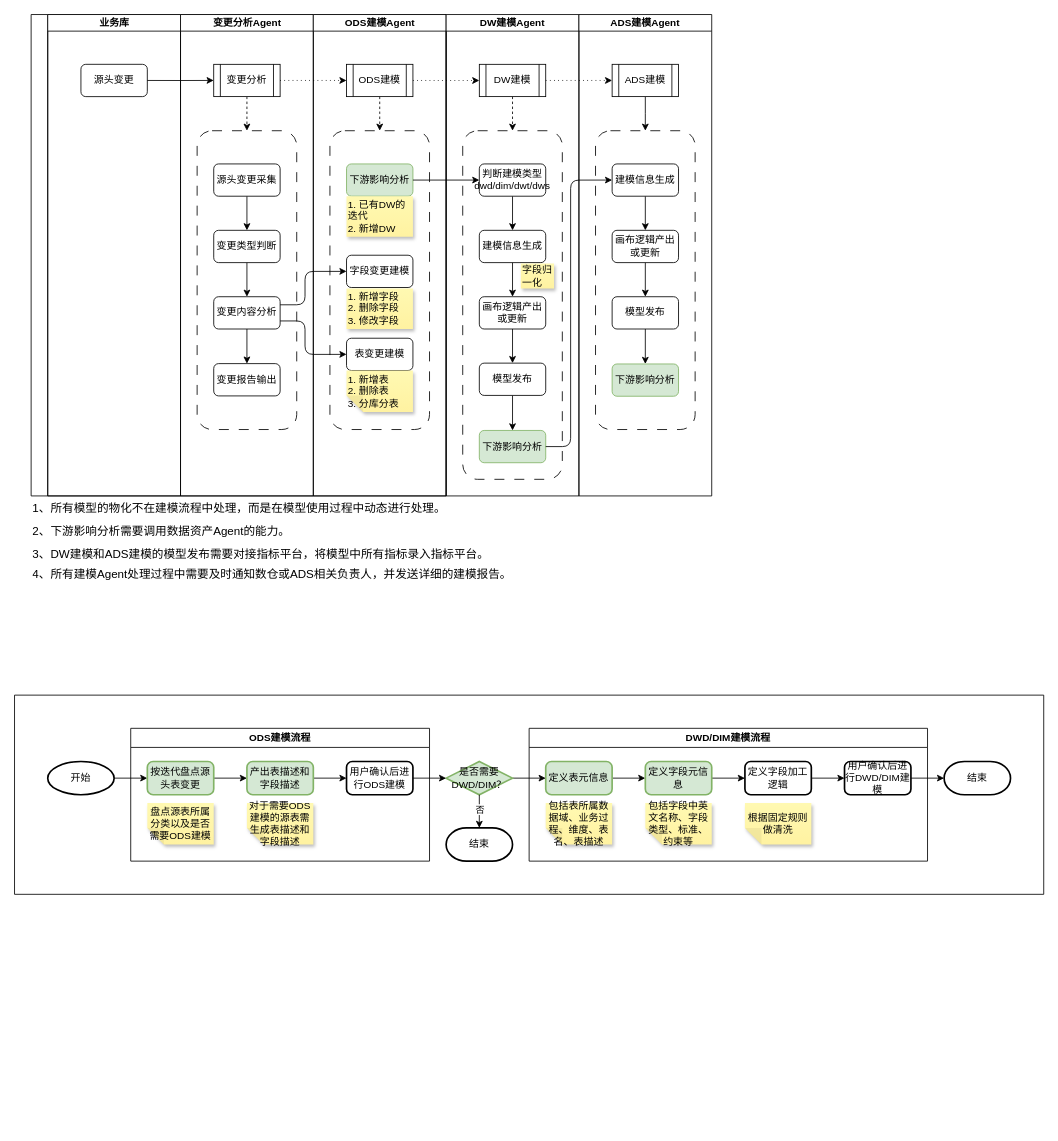
Earlier version of the draw.io diagram page "优化流程" (2 of 4) of biz_flow/智能建模业务流程图.drawio (hlld3344/diagrams). Source tidied: cells renumbered, new cells numbered last; positions are measured from the earlier drawing's top-left corner, leaving out a move shared by most shapes. Both pictures are drawn from the tidied source at 83%, with x=0, y=0 at pixel (14, 14).
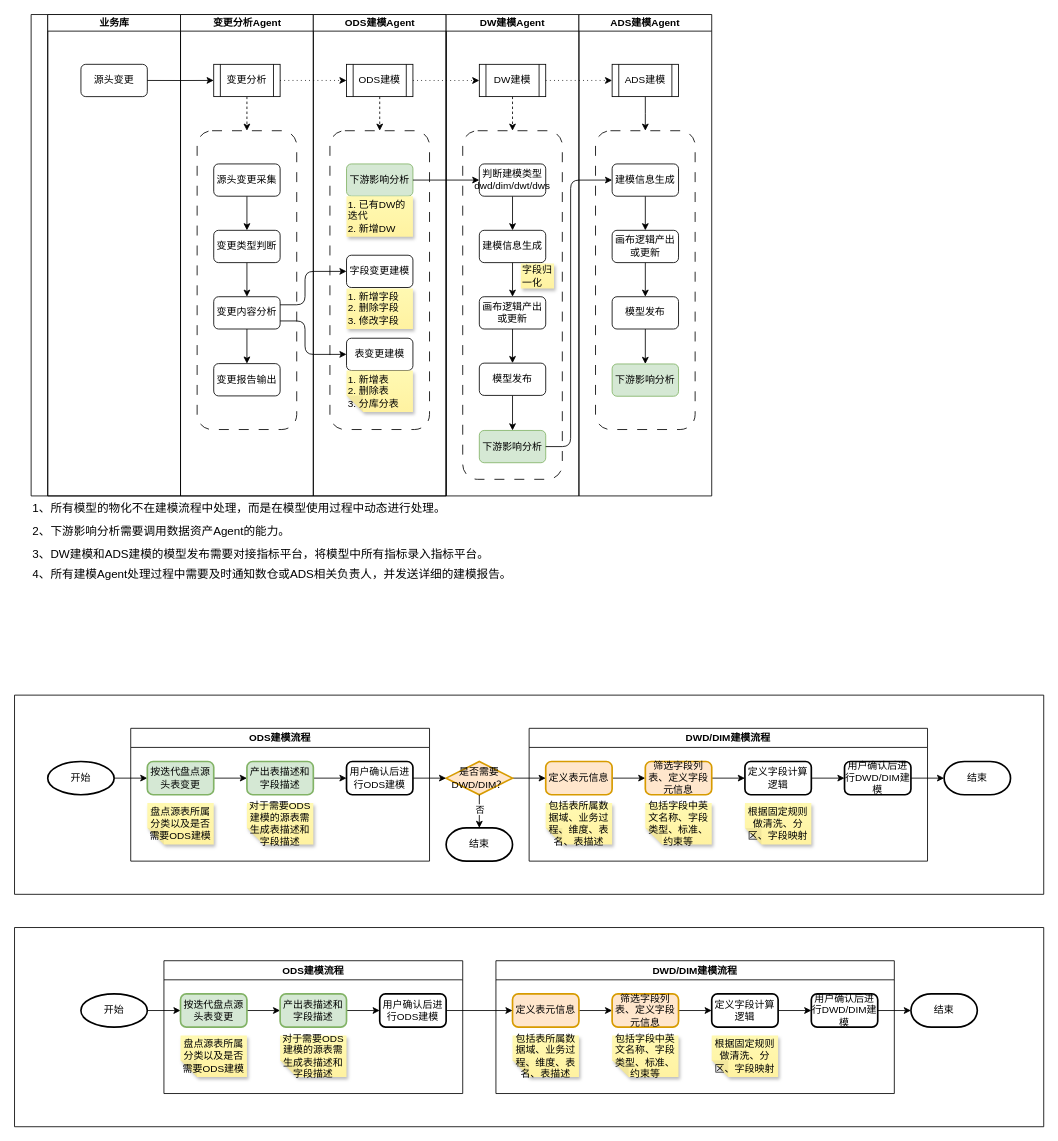
Above is the later version.

The change refers to these unchanged cells:
```xml
<mxCell id="62" style="swimlane;startSize=0;" parent="1" vertex="1">
  <mxGeometry y="820" width="1240" height="240" as="geometry" />
</mxCell>
<mxCell id="73" value="DWD/DIM建模流程" style="swimlane;whiteSpace=wrap;html=1;" parent="62" vertex="1">
  <mxGeometry x="620" y="40" width="480" height="160" as="geometry" />
</mxCell>
```

The edit, as a diff of the source:
```diff
@@
-    <mxCell id="75" value="定义表元信息" style="rounded=1;whiteSpace=wrap;html=1;absoluteArcSize=1;arcSize=14;strokeWidth=2;fillColor=#d5e8d4;strokeColor=#82b366;" parent="73" vertex="1">
+    <mxCell id="75" value="定义表元信息" style="rounded=1;whiteSpace=wrap;html=1;absoluteArcSize=1;arcSize=14;strokeWidth=2;fillColor=#ffe6cc;strokeColor=#d79b00;" parent="73" vertex="1">
       <mxGeometry x="20" y="40" width="80" height="40" as="geometry" />
     </mxCell>
@@
-    <mxCell id="77" value="定义字段元信息" style="rounded=1;whiteSpace=wrap;html=1;absoluteArcSize=1;arcSize=14;strokeWidth=2;fillColor=#d5e8d4;strokeColor=#82b366;" parent="73" vertex="1">
+    <mxCell id="77" value="筛选字段列表、定义字段元信息" style="rounded=1;whiteSpace=wrap;html=1;absoluteArcSize=1;arcSize=14;strokeWidth=2;fillColor=#ffe6cc;strokeColor=#d79b00;" parent="73" vertex="1">
       <mxGeometry x="140" y="40" width="80" height="40" as="geometry" />
     </mxCell>
@@
-    <mxCell id="81" value="定义字段加工逻辑" style="rounded=1;whiteSpace=wrap;html=1;absoluteArcSize=1;arcSize=14;strokeWidth=2;" parent="73" vertex="1">
+    <mxCell id="81" value="定义字段计算逻辑" style="rounded=1;whiteSpace=wrap;html=1;absoluteArcSize=1;arcSize=14;strokeWidth=2;" parent="73" vertex="1">
       <mxGeometry x="260" y="40" width="80" height="40" as="geometry" />
     </mxCell>
@@
-    <mxCell id="83" value="根据固定规则做清洗" style="shape=note;whiteSpace=wrap;html=1;backgroundOutline=1;fontColor=#000000;darkOpacity=0.05;fillColor=#FFF9B2;strokeColor=none;fillStyle=solid;direction=west;gradientDirection=north;gradientColor=#FFF2A1;shadow=1;size=20;" parent="73" vertex="1">
+    <mxCell id="83" value="根据固定规则做清洗、分区、字段映射" style="shape=note;whiteSpace=wrap;html=1;backgroundOutline=1;fontColor=#000000;darkOpacity=0.05;fillColor=#FFF9B2;strokeColor=none;fillStyle=solid;direction=west;gradientDirection=north;gradientColor=#FFF2A1;shadow=1;size=20;" parent="73" vertex="1">
       <mxGeometry x="260" y="90" width="80" height="50" as="geometry" />
     </mxCell>
@@
-    <mxCell id="85" value="是否需要DWD/DIM？" style="strokeWidth=2;html=1;shape=mxgraph.flowchart.decision;whiteSpace=wrap;fillColor=#d5e8d4;strokeColor=#82b366;" parent="62" vertex="1">
+    <mxCell id="85" value="是否需要DWD/DIM？" style="strokeWidth=2;html=1;shape=mxgraph.flowchart.decision;whiteSpace=wrap;fillColor=#ffe6cc;strokeColor=#d79b00;" parent="62" vertex="1">
       <mxGeometry x="520" y="80" width="80" height="40" as="geometry" />
     </mxCell>
@@
+    <mxCell id="92" style="swimlane;startSize=0;" parent="1" vertex="1">
+      <mxGeometry y="1100" width="1240" height="240" as="geometry" />
+    </mxCell>
+    <mxCell id="93" style="edgeStyle=orthogonalEdgeStyle;rounded=0;jettySize=auto;html=1;exitX=1;exitY=0.5;exitDx=0;exitDy=0;exitPerimeter=0;entryX=0;entryY=0.5;entryDx=0;entryDy=0;" parent="92" edge="1" source="94" target="96">
+      <mxGeometry relative="1" as="geometry" />
+    </mxCell>
+    <mxCell id="94" value="开始" style="strokeWidth=2;html=1;shape=mxgraph.flowchart.start_1;whiteSpace=wrap;" parent="92" vertex="1">
+      <mxGeometry x="80" y="80" width="80" height="40" as="geometry" />
+    </mxCell>
+    <mxCell id="95" style="edgeStyle=orthogonalEdgeStyle;rounded=0;jettySize=auto;html=1;exitX=1;exitY=0.5;exitDx=0;exitDy=0;entryX=0;entryY=0.5;entryDx=0;entryDy=0;" parent="92" edge="1" source="96" target="98">
+      <mxGeometry relative="1" as="geometry" />
+    </mxCell>
+    <mxCell id="96" value="按迭代盘点源头表变更" style="rounded=1;whiteSpace=wrap;html=1;absoluteArcSize=1;arcSize=14;strokeWidth=2;fillColor=#d5e8d4;strokeColor=#82b366;" parent="92" vertex="1">
+      <mxGeometry x="200" y="80" width="80" height="40" as="geometry" />
+    </mxCell>
+    <mxCell id="97" style="edgeStyle=orthogonalEdgeStyle;rounded=0;jettySize=auto;html=1;exitX=1;exitY=0.5;exitDx=0;exitDy=0;entryX=0;entryY=0.5;entryDx=0;entryDy=0;" parent="92" edge="1" source="98" target="101">
+      <mxGeometry relative="1" as="geometry" />
+    </mxCell>
+    <mxCell id="98" value="产出表描述和字段描述" style="rounded=1;whiteSpace=wrap;html=1;absoluteArcSize=1;arcSize=14;strokeWidth=2;fillColor=#d5e8d4;strokeColor=#82b366;" parent="92" vertex="1">
+      <mxGeometry x="320" y="80" width="80" height="40" as="geometry" />
+    </mxCell>
+    <mxCell id="99" value="盘点源表所属分类以及是否需要ODS建模" style="shape=note;whiteSpace=wrap;html=1;backgroundOutline=1;fontColor=#000000;darkOpacity=0.05;fillColor=#FFF9B2;strokeColor=none;fillStyle=solid;direction=west;gradientDirection=north;gradientColor=#FFF2A1;shadow=1;size=20;" parent="92" vertex="1">
+      <mxGeometry x="200" y="130" width="80" height="50" as="geometry" />
+    </mxCell>
+    <mxCell id="100" value="对于需要ODS建模的源表需生成表描述和字段描述" style="shape=note;whiteSpace=wrap;html=1;backgroundOutline=1;fontColor=#000000;darkOpacity=0.05;fillColor=#FFF9B2;strokeColor=none;fillStyle=solid;direction=west;gradientDirection=north;gradientColor=#FFF2A1;shadow=1;size=20;" parent="92" vertex="1">
+      <mxGeometry x="320" y="130" width="80" height="50" as="geometry" />
+    </mxCell>
+    <mxCell id="101" value="用户确认后进行ODS建模" style="rounded=1;whiteSpace=wrap;html=1;absoluteArcSize=1;arcSize=14;strokeWidth=2;" parent="92" vertex="1">
+      <mxGeometry x="440" y="80" width="80" height="40" as="geometry" />
+    </mxCell>
+    <mxCell id="102" value="ODS建模流程" style="swimlane;whiteSpace=wrap;html=1;" parent="92" vertex="1">
+      <mxGeometry x="180" y="40" width="360" height="160" as="geometry" />
+    </mxCell>
+    <mxCell id="103" value="DWD/DIM建模流程" style="swimlane;whiteSpace=wrap;html=1;" parent="92" vertex="1">
+      <mxGeometry x="580" y="40" width="480" height="160" as="geometry" />
+    </mxCell>
+    <mxCell id="104" style="edgeStyle=orthogonalEdgeStyle;rounded=0;jettySize=auto;html=1;exitX=1;exitY=0.5;exitDx=0;exitDy=0;entryX=0;entryY=0.5;entryDx=0;entryDy=0;" parent="103" edge="1" source="105" target="107">
+      <mxGeometry relative="1" as="geometry" />
+    </mxCell>
+    <mxCell id="105" value="定义表元信息" style="rounded=1;whiteSpace=wrap;html=1;absoluteArcSize=1;arcSize=14;strokeWidth=2;fillColor=#ffe6cc;strokeColor=#d79b00;" parent="103" vertex="1">
+      <mxGeometry x="20" y="40" width="80" height="40" as="geometry" />
+    </mxCell>
+    <mxCell id="106" style="edgeStyle=orthogonalEdgeStyle;rounded=0;jettySize=auto;html=1;exitX=1;exitY=0.5;exitDx=0;exitDy=0;entryX=0;entryY=0.5;entryDx=0;entryDy=0;" parent="103" edge="1" source="107" target="111">
+      <mxGeometry relative="1" as="geometry" />
+    </mxCell>
+    <mxCell id="107" value="筛选字段列表、定义字段元信息" style="rounded=1;whiteSpace=wrap;html=1;absoluteArcSize=1;arcSize=14;strokeWidth=2;fillColor=#ffe6cc;strokeColor=#d79b00;" parent="103" vertex="1">
+      <mxGeometry x="140" y="40" width="80" height="40" as="geometry" />
+    </mxCell>
+    <mxCell id="108" value="包括表所属数据域、业务过程、维度、表名、表描述" style="shape=note;whiteSpace=wrap;html=1;backgroundOutline=1;fontColor=#000000;darkOpacity=0.05;fillColor=#FFF9B2;strokeColor=none;fillStyle=solid;direction=west;gradientDirection=north;gradientColor=#FFF2A1;shadow=1;size=20;" parent="103" vertex="1">
+      <mxGeometry x="20" y="90" width="80" height="50" as="geometry" />
+    </mxCell>
+    <mxCell id="109" value="包括字段中英文名称、字段类型、标准、约束等" style="shape=note;whiteSpace=wrap;html=1;backgroundOutline=1;fontColor=#000000;darkOpacity=0.05;fillColor=#FFF9B2;strokeColor=none;fillStyle=solid;direction=west;gradientDirection=north;gradientColor=#FFF2A1;shadow=1;size=20;" parent="103" vertex="1">
+      <mxGeometry x="140" y="90" width="80" height="50" as="geometry" />
+    </mxCell>
+    <mxCell id="110" style="edgeStyle=orthogonalEdgeStyle;rounded=0;jettySize=auto;html=1;exitX=1;exitY=0.5;exitDx=0;exitDy=0;entryX=0;entryY=0.5;entryDx=0;entryDy=0;" parent="103" edge="1" source="111" target="112">
+      <mxGeometry relative="1" as="geometry" />
+    </mxCell>
+    <mxCell id="111" value="定义字段计算逻辑" style="rounded=1;whiteSpace=wrap;html=1;absoluteArcSize=1;arcSize=14;strokeWidth=2;" parent="103" vertex="1">
+      <mxGeometry x="260" y="40" width="80" height="40" as="geometry" />
+    </mxCell>
+    <mxCell id="112" value="用户确认后进行DWD/DIM建模" style="rounded=1;whiteSpace=wrap;html=1;absoluteArcSize=1;arcSize=14;strokeWidth=2;" parent="103" vertex="1">
+      <mxGeometry x="380" y="40" width="80" height="40" as="geometry" />
+    </mxCell>
+    <mxCell id="113" value="根据固定规则做清洗、分区、字段映射" style="shape=note;whiteSpace=wrap;html=1;backgroundOutline=1;fontColor=#000000;darkOpacity=0.05;fillColor=#FFF9B2;strokeColor=none;fillStyle=solid;direction=west;gradientDirection=north;gradientColor=#FFF2A1;shadow=1;size=20;" parent="103" vertex="1">
+      <mxGeometry x="260" y="90" width="80" height="50" as="geometry" />
+    </mxCell>
+    <mxCell id="114" style="edgeStyle=orthogonalEdgeStyle;rounded=0;jettySize=auto;html=1;exitX=1;exitY=0.5;exitDx=0;exitDy=0;" parent="92" edge="1" source="101" target="105">
+      <mxGeometry relative="1" as="geometry" />
+    </mxCell>
+    <mxCell id="115" value="结束" style="strokeWidth=2;html=1;shape=mxgraph.flowchart.terminator;whiteSpace=wrap;" parent="92" vertex="1">
+      <mxGeometry x="1080" y="80" width="80" height="40" as="geometry" />
+    </mxCell>
+    <mxCell id="116" style="edgeStyle=orthogonalEdgeStyle;rounded=0;jettySize=auto;html=1;exitX=1;exitY=0.5;exitDx=0;exitDy=0;entryX=0;entryY=0.5;entryDx=0;entryDy=0;entryPerimeter=0;" parent="92" edge="1" source="112" target="115">
+      <mxGeometry relative="1" as="geometry" />
+    </mxCell>
```
